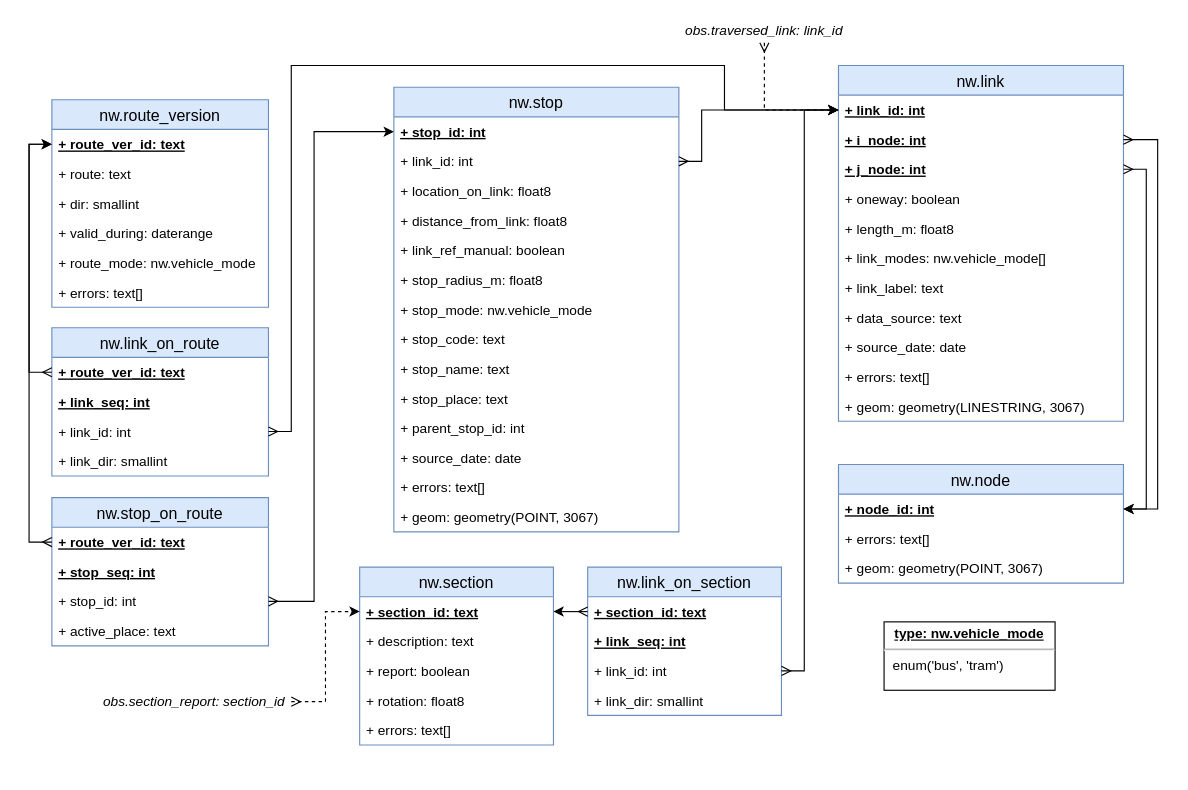
Earlier version of the draw.io diagram page "relations" (1 of 6) of docs/sujuikoDB.drawio (datarttu/sujuikoDB). Source tidied: cells renumbered, new cells numbered last; positions are measured from the earlier drawing's top-left corner, leaving out a move shared by most shapes. Both pictures are drawn from the tidied source at 114%, with x=0, y=0 at pixel (51, 19).
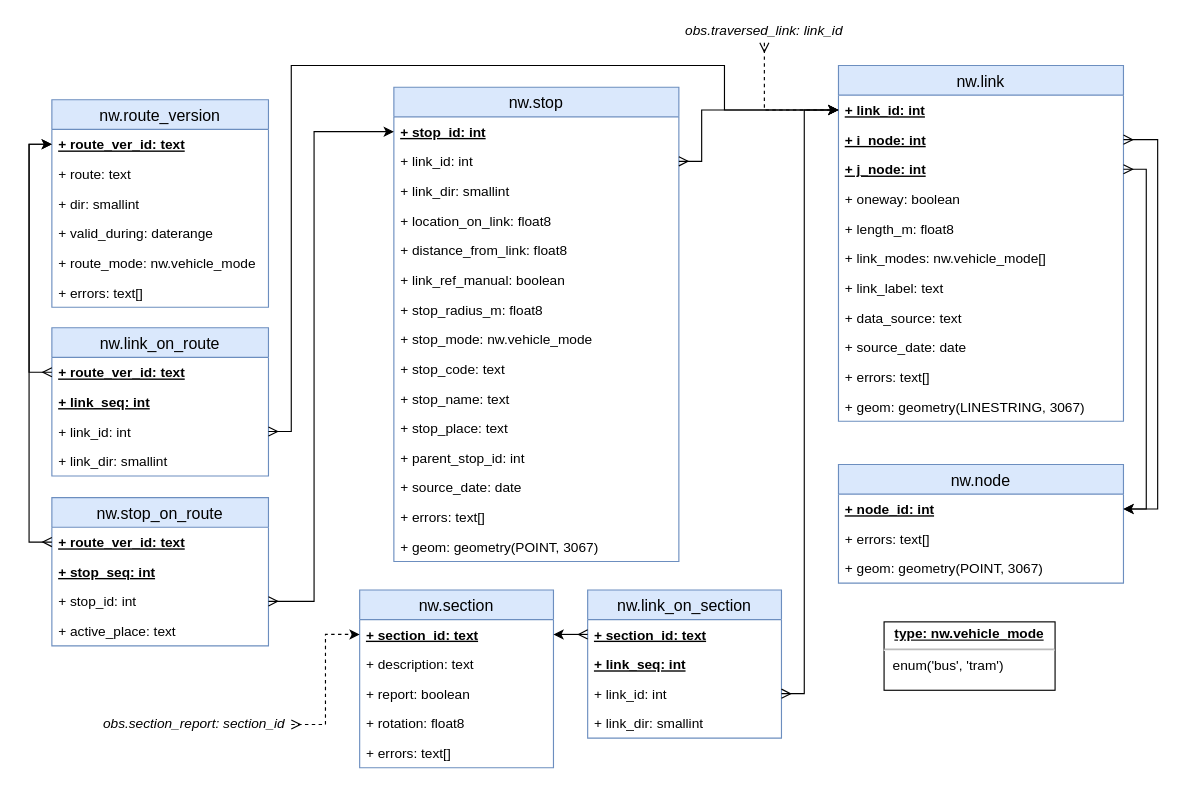
The same diagram, later.

Commit message (it also covers changes not shown here):
Add link_dir field to DDL and doc

Unchanged cells that the change refers to:
```xml
<mxCell id="3" value="+ link_id: int" style="text;strokeColor=none;fillColor=none;spacingLeft=4;spacingRight=4;overflow=hidden;points=[[0,0.5],[1,0.5]];portConstraint=eastwest;fontSize=12;fontStyle=5;" parent="2" vertex="1">
  <mxGeometry y="26" width="250" height="26" as="geometry" />
</mxCell>
<mxCell id="64" value="+ link_id: int" style="text;strokeColor=none;fillColor=none;spacingLeft=4;spacingRight=4;overflow=hidden;points=[[0,0.5],[1,0.5]];portConstraint=eastwest;fontSize=12;" parent="61" vertex="1">
  <mxGeometry y="78" width="170" height="26" as="geometry" />
</mxCell>
```

Diff of the diagram source:
```diff
@@
     <mxCell id="19" value="nw.stop" style="swimlane;fontStyle=0;horizontal=1;startSize=26;fillColor=#dae8fc;swimlaneFillColor=#ffffff;align=center;fontSize=14;strokeColor=#6c8ebf;" parent="1" vertex="1">
-      <mxGeometry x="300" y="59" width="250" height="390" as="geometry" />
+      <mxGeometry x="300" y="59" width="250" height="416" as="geometry" />
     </mxCell>
@@
+    <mxCell id="75" value="+ link_dir: smallint" style="text;strokeColor=none;fillColor=none;spacingLeft=4;spacingRight=4;overflow=hidden;fontSize=12;" parent="19" vertex="1">
+      <mxGeometry y="78" width="250" height="26" as="geometry" />
+    </mxCell>
     <mxCell id="22" value="+ location_on_link: float8" style="text;strokeColor=none;fillColor=none;spacingLeft=4;spacingRight=4;overflow=hidden;fontSize=12;" parent="19" vertex="1">
-      <mxGeometry y="78" width="250" height="26" as="geometry" />
+      <mxGeometry y="104" width="250" height="26" as="geometry" />
     </mxCell>
     <mxCell id="23" value="+ distance_from_link: float8" style="text;strokeColor=none;fillColor=none;spacingLeft=4;spacingRight=4;overflow=hidden;fontSize=12;" parent="19" vertex="1">
-      <mxGeometry y="104" width="250" height="26" as="geometry" />
+      <mxGeometry y="130" width="250" height="26" as="geometry" />
     </mxCell>
     <mxCell id="24" value="+ link_ref_manual: boolean" style="text;strokeColor=none;fillColor=none;spacingLeft=4;spacingRight=4;overflow=hidden;fontSize=12;" parent="19" vertex="1">
-      <mxGeometry y="130" width="250" height="26" as="geometry" />
+      <mxGeometry y="156" width="250" height="26" as="geometry" />
     </mxCell>
     <mxCell id="25" value="+ stop_radius_m: float8" style="text;strokeColor=none;fillColor=none;spacingLeft=4;spacingRight=4;overflow=hidden;fontSize=12;" parent="19" vertex="1">
-      <mxGeometry y="156" width="250" height="26" as="geometry" />
+      <mxGeometry y="182" width="250" height="26" as="geometry" />
     </mxCell>
     <mxCell id="26" value="+ stop_mode: nw.vehicle_mode" style="text;strokeColor=none;fillColor=none;spacingLeft=4;spacingRight=4;overflow=hidden;fontSize=12;" parent="19" vertex="1">
-      <mxGeometry y="182" width="250" height="26" as="geometry" />
+      <mxGeometry y="208" width="250" height="26" as="geometry" />
     </mxCell>
     <mxCell id="27" value="+ stop_code: text" style="text;strokeColor=none;fillColor=none;spacingLeft=4;spacingRight=4;overflow=hidden;fontSize=12;" parent="19" vertex="1">
-      <mxGeometry y="208" width="250" height="26" as="geometry" />
+      <mxGeometry y="234" width="250" height="26" as="geometry" />
     </mxCell>
     <mxCell id="28" value="+ stop_name: text" style="text;strokeColor=none;fillColor=none;spacingLeft=4;spacingRight=4;overflow=hidden;fontSize=12;" parent="19" vertex="1">
-      <mxGeometry y="234" width="250" height="26" as="geometry" />
+      <mxGeometry y="260" width="250" height="26" as="geometry" />
     </mxCell>
     <mxCell id="29" value="+ stop_place: text" style="text;strokeColor=none;fillColor=none;spacingLeft=4;spacingRight=4;overflow=hidden;fontSize=12;" parent="19" vertex="1">
-      <mxGeometry y="260" width="250" height="26" as="geometry" />
+      <mxGeometry y="286" width="250" height="26" as="geometry" />
     </mxCell>
     <mxCell id="30" value="+ parent_stop_id: int" style="text;strokeColor=none;fillColor=none;spacingLeft=4;spacingRight=4;overflow=hidden;fontSize=12;" parent="19" vertex="1">
-      <mxGeometry y="286" width="250" height="26" as="geometry" />
+      <mxGeometry y="312" width="250" height="26" as="geometry" />
     </mxCell>
     <mxCell id="31" value="+ source_date: date" style="text;strokeColor=none;fillColor=none;spacingLeft=4;spacingRight=4;overflow=hidden;fontSize=12;" parent="19" vertex="1">
-      <mxGeometry y="312" width="250" height="26" as="geometry" />
+      <mxGeometry y="338" width="250" height="26" as="geometry" />
     </mxCell>
     <mxCell id="32" value="+ errors: text[]" style="text;strokeColor=none;fillColor=none;spacingLeft=4;spacingRight=4;overflow=hidden;fontSize=12;" parent="19" vertex="1">
-      <mxGeometry y="338" width="250" height="26" as="geometry" />
+      <mxGeometry y="364" width="250" height="26" as="geometry" />
     </mxCell>
     <mxCell id="33" value="+ geom: geometry(POINT, 3067)" style="text;strokeColor=none;fillColor=none;spacingLeft=4;spacingRight=4;overflow=hidden;fontSize=12;" parent="19" vertex="1">
-      <mxGeometry y="364" width="250" height="26" as="geometry" />
+      <mxGeometry y="390" width="250" height="26" as="geometry" />
     </mxCell>
@@
     <mxCell id="55" value="nw.section" style="swimlane;fontStyle=0;horizontal=1;startSize=26;fillColor=#dae8fc;swimlaneFillColor=#ffffff;align=center;fontSize=14;strokeColor=#6c8ebf;" parent="1" vertex="1">
-      <mxGeometry x="270" y="480" width="170" height="156" as="geometry" />
+      <mxGeometry x="270" y="500" width="170" height="156" as="geometry" />
     </mxCell>
@@
     <mxCell id="61" value="nw.link_on_section" style="swimlane;fontStyle=0;horizontal=1;startSize=26;fillColor=#dae8fc;swimlaneFillColor=#ffffff;align=center;fontSize=14;strokeColor=#6c8ebf;" parent="1" vertex="1">
-      <mxGeometry x="470" y="480" width="170" height="130" as="geometry" />
+      <mxGeometry x="470" y="500" width="170" height="130" as="geometry" />
     </mxCell>
@@
     <mxCell id="67" style="edgeStyle=orthogonalEdgeStyle;rounded=0;jettySize=auto;html=1;exitX=1;exitY=0.5;exitDx=0;exitDy=0;entryX=0;entryY=0.5;entryDx=0;entryDy=0;startArrow=ERmany;startFill=0;" parent="1" edge="1" source="64" target="3">
       <mxGeometry relative="1" as="geometry">
         <Array as="points">
-          <mxPoint x="660" y="571" />
+          <mxPoint x="660" y="591" />
           <mxPoint x="660" y="79" />
         </Array>
       </mxGeometry>
     </mxCell>
@@
     <mxCell id="74" value="obs.section_report: section_id" style="text;html=1;strokeColor=none;fillColor=none;align=center;verticalAlign=middle;whiteSpace=wrap;rounded=0;fontStyle=2;" parent="1" vertex="1">
-      <mxGeometry x="40" y="588" width="170" height="20" as="geometry" />
+      <mxGeometry x="40" y="608" width="170" height="20" as="geometry" />
     </mxCell>
```
